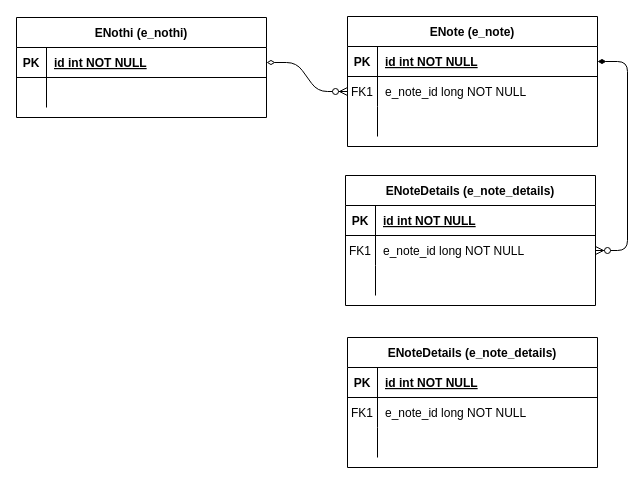
This is Untitled Diagram.drawio from TanvirRashidDon/form, a draw.io file, before an edit. Source tidied: cells renumbered, new cells numbered last; positions are measured from the earlier drawing's top-left corner, leaving out a move shared by most shapes. Both pictures are drawn from the tidied source at 100%, with x=0, y=0 at pixel (16, 16).
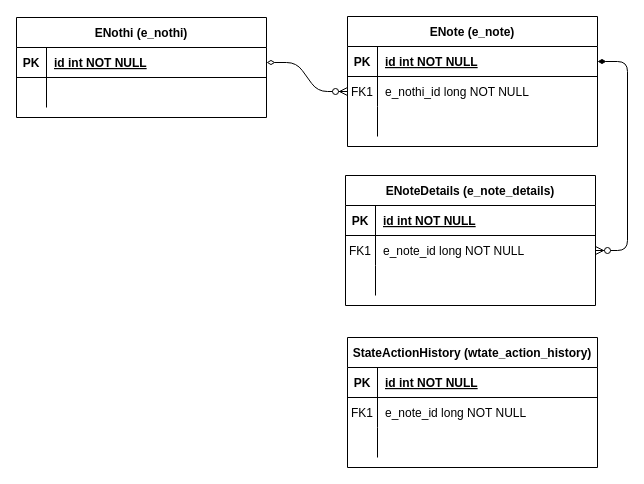
The same diagram, later.

The change refers to these unchanged cells:
```xml
<mxCell id="8" style="shape=partialRectangle;fillColor=none;points=[[0,0.5],[1,0.5]];portConstraint=eastwest;top=0;left=0;right=0;bottom=0;" parent="4" vertex="1">
  <mxGeometry y="60" width="250" height="30" as="geometry" />
</mxCell>
```

The edit, as a diff of the source:
```diff
@@
-    <mxCell id="10" value="e_note_id long NOT NULL" style="shape=partialRectangle;overflow=hidden;fillColor=none;top=0;left=0;bottom=0;right=0;align=left;spacingLeft=6;" parent="8" vertex="1">
+    <mxCell id="10" value="e_nothi_id long NOT NULL" style="shape=partialRectangle;overflow=hidden;fillColor=none;top=0;left=0;bottom=0;right=0;align=left;spacingLeft=6;" parent="8" vertex="1">
       <mxGeometry x="30" width="220" height="30" as="geometry" />
     </mxCell>
@@
-    <mxCell id="31" value="ENoteDetails (e_note_details)" style="shape=table;startSize=30;childLayout=tableLayout;rowLines=0;fontStyle=1;align=center;" parent="1" vertex="1">
+    <mxCell id="31" value="StateActionHistory (wtate_action_history)" style="shape=table;startSize=30;childLayout=tableLayout;rowLines=0;fontStyle=1;align=center;" parent="1" vertex="1">
       <mxGeometry x="331" y="321" width="250" height="130" as="geometry" />
     </mxCell>
```
